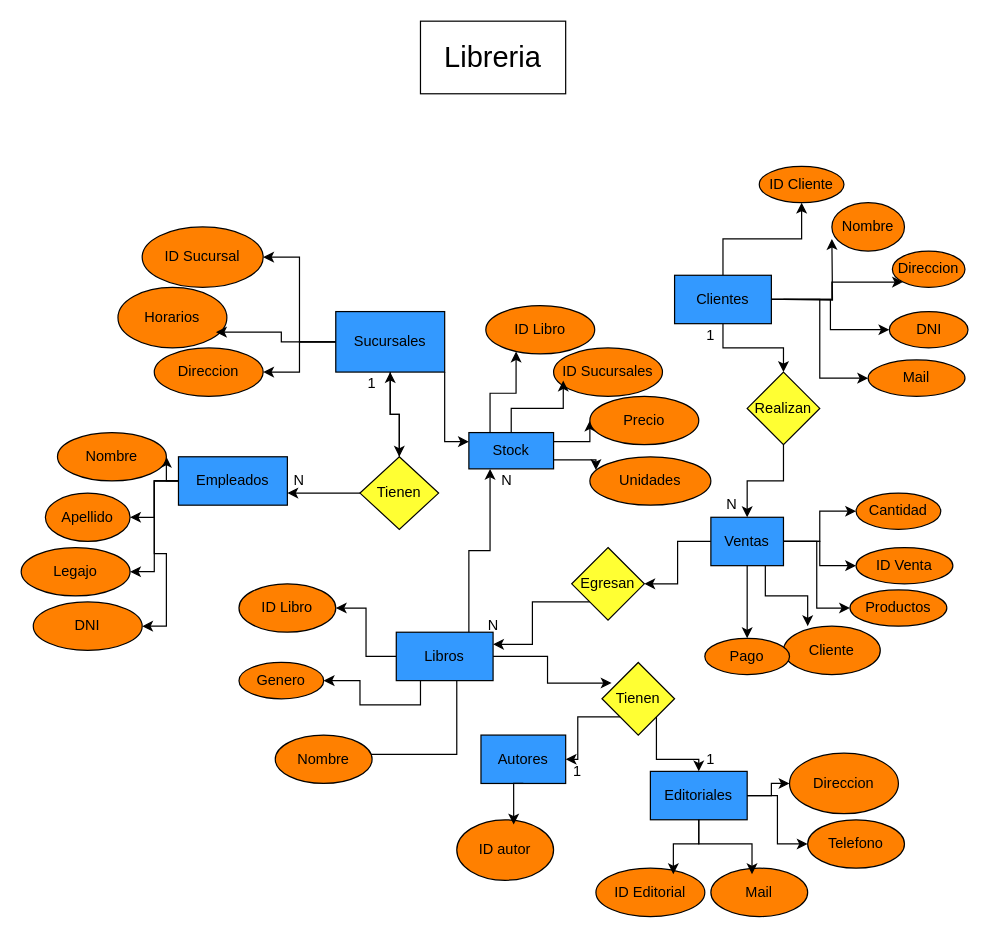
EzequielLST/SQL-Trabajo-final keeps this draw.io diagram as Cuadro Entidad Relacion Libreria.drawio. Above is the earlier version. Source tidied: cells renumbered, new cells numbered last; positions are measured from the earlier drawing's top-left corner, leaving out a move shared by most shapes. Both pictures are drawn from the tidied source at 121%, with x=0, y=0 at pixel (21, 21).
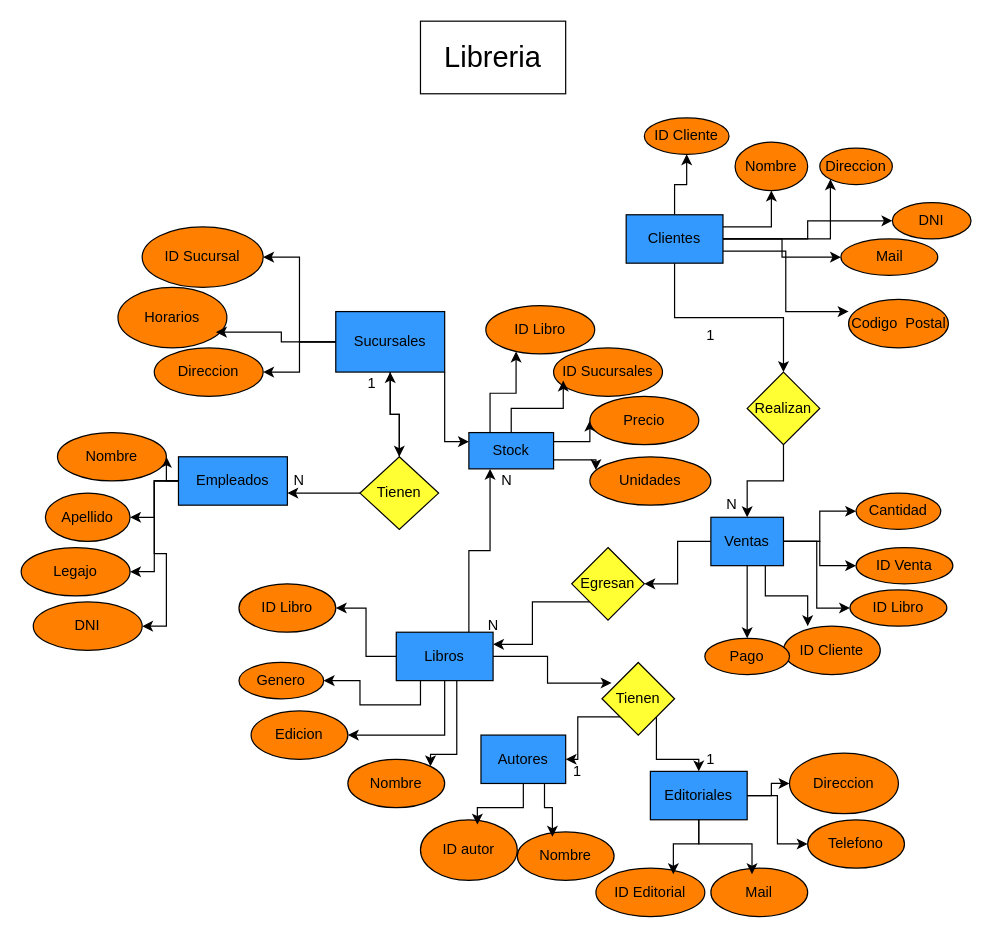
The same page after the edit.

Unchanged cells that the change refers to:
```xml
<mxCell id="24" value="Libros" style="rounded=0;whiteSpace=wrap;html=1;fillColor=#3399FF;" parent="1" vertex="1">
  <mxGeometry x="310" y="505" width="80" height="40" as="geometry" />
</mxCell>
<mxCell id="54" value="Autores" style="rounded=0;whiteSpace=wrap;html=1;fillColor=#3399FF;" parent="1" vertex="1">
  <mxGeometry x="380" y="590" width="70" height="40" as="geometry" />
</mxCell>
```

Diff of the diagram source:
```diff
@@
-    <mxCell id="14" style="edgeStyle=orthogonalEdgeStyle;rounded=0;orthogonalLoop=1;jettySize=auto;html=1;" parent="1" edge="1">
-      <mxGeometry relative="1" as="geometry">
-        <mxPoint x="630" y="230" as="sourcePoint" />
-        <mxPoint x="670" y="180" as="targetPoint" />
-      </mxGeometry>
-    </mxCell>
@@
+    <mxCell id="93" style="edgeStyle=orthogonalEdgeStyle;rounded=0;jettySize=auto;html=1;exitX=1;exitY=0.25;exitDx=0;exitDy=0;entryX=0.5;entryY=1;entryDx=0;entryDy=0;" parent="1" edge="1" source="18" target="46">
+      <mxGeometry relative="1" as="geometry" />
+    </mxCell>
     <mxCell id="18" value="Clientes" style="rounded=0;whiteSpace=wrap;html=1;fillColor=#3399FF;" parent="1" vertex="1">
-      <mxGeometry x="540" y="210" width="80" height="40" as="geometry" />
+      <mxGeometry x="500" y="160" width="80" height="40" as="geometry" />
     </mxCell>
@@
+    <mxCell id="94" style="edgeStyle=orthogonalEdgeStyle;rounded=0;jettySize=auto;html=1;exitX=0.5;exitY=1;exitDx=0;exitDy=0;entryX=1;entryY=0.5;entryDx=0;entryDy=0;" parent="1" edge="1" source="24" target="95">
+      <mxGeometry relative="1" as="geometry" />
+    </mxCell>
@@
     <mxCell id="44" value="Direccion" style="ellipse;whiteSpace=wrap;html=1;fillColor=#FF8000;" parent="1" vertex="1">
-      <mxGeometry x="720" y="190" width="60" height="30" as="geometry" />
+      <mxGeometry x="660" y="105" width="60" height="30" as="geometry" />
     </mxCell>
     <mxCell id="45" value="DNI" style="ellipse;whiteSpace=wrap;html=1;fillColor=#FF8000;" parent="1" vertex="1">
-      <mxGeometry x="717.5" y="240" width="65" height="30" as="geometry" />
+      <mxGeometry x="720" y="150" width="65" height="30" as="geometry" />
     </mxCell>
     <mxCell id="46" value="Nombre" style="ellipse;whiteSpace=wrap;html=1;fillColor=#FF8000;" parent="1" vertex="1">
-      <mxGeometry x="670" y="150" width="60" height="40" as="geometry" />
+      <mxGeometry x="590" y="100" width="60" height="40" as="geometry" />
     </mxCell>
     <mxCell id="47" value="ID Cliente" style="ellipse;whiteSpace=wrap;html=1;fillColor=#FF8000;" parent="1" vertex="1">
-      <mxGeometry x="610" y="120" width="70" height="30" as="geometry" />
+      <mxGeometry x="515" y="80" width="70" height="30" as="geometry" />
     </mxCell>
@@
-    <mxCell id="50" value="Productos" style="ellipse;whiteSpace=wrap;html=1;fillColor=#FF8000;" parent="1" vertex="1">
+    <mxCell id="50" value="ID Libro" style="ellipse;whiteSpace=wrap;html=1;fillColor=#FF8000;" parent="1" vertex="1">
       <mxGeometry x="685" y="470" width="80" height="30" as="geometry" />
     </mxCell>
-    <mxCell id="51" value="Cliente" style="ellipse;whiteSpace=wrap;html=1;fillColor=#FF8000;" parent="1" vertex="1">
+    <mxCell id="51" value="ID Cliente" style="ellipse;whiteSpace=wrap;html=1;fillColor=#FF8000;" parent="1" vertex="1">
       <mxGeometry x="630" y="500" width="80" height="40" as="geometry" />
     </mxCell>
@@
     <mxCell id="65" value="Mail" style="ellipse;whiteSpace=wrap;html=1;fillColor=#FF8000;" parent="1" vertex="1">
-      <mxGeometry x="700" y="280" width="80" height="30" as="geometry" />
+      <mxGeometry x="677.5" y="180" width="80" height="30" as="geometry" />
     </mxCell>
@@
     <mxCell id="71" value="ID autor" style="ellipse;whiteSpace=wrap;html=1;fillColor=#FF8000;" parent="1" vertex="1">
-      <mxGeometry x="360" y="660" width="80" height="50" as="geometry" />
+      <mxGeometry x="330" y="660" width="80" height="50" as="geometry" />
     </mxCell>
@@
     <mxCell id="74" value="Nombre" style="ellipse;whiteSpace=wrap;html=1;fillColor=#FF8000;" parent="1" vertex="1">
-      <mxGeometry x="210" y="590" width="80" height="40" as="geometry" />
+      <mxGeometry x="270" y="610" width="80" height="40" as="geometry" />
     </mxCell>
@@
+    <mxCell id="95" value="Edicion" style="ellipse;whiteSpace=wrap;html=1;fillColor=#FF8000;" parent="1" vertex="1">
+      <mxGeometry x="190" y="570" width="80" height="40" as="geometry" />
+    </mxCell>
+    <mxCell id="96" value="Nombre" style="ellipse;whiteSpace=wrap;html=1;fillColor=#FF8000;" parent="1" vertex="1">
+      <mxGeometry x="410" y="670" width="80" height="40" as="geometry" />
+    </mxCell>
+    <mxCell id="97" style="edgeStyle=orthogonalEdgeStyle;rounded=0;jettySize=auto;html=1;exitX=0.75;exitY=1;exitDx=0;exitDy=0;entryX=0.363;entryY=0.1;entryDx=0;entryDy=0;entryPerimeter=0;" parent="1" edge="1" source="54" target="96">
+      <mxGeometry relative="1" as="geometry" />
+    </mxCell>
+    <mxCell id="98" value="Codigo&amp;nbsp; Postal" style="ellipse;whiteSpace=wrap;html=1;fillColor=#FF8000;" parent="1" vertex="1">
+      <mxGeometry x="683.8" y="230" width="82.5" height="40" as="geometry" />
+    </mxCell>
+    <mxCell id="99" style="edgeStyle=orthogonalEdgeStyle;rounded=0;jettySize=auto;html=1;exitX=1;exitY=0.75;exitDx=0;exitDy=0;entryX=0;entryY=0.25;entryDx=0;entryDy=0;entryPerimeter=0;" parent="1" edge="1" source="18" target="98">
+      <mxGeometry relative="1" as="geometry" />
+    </mxCell>
```
